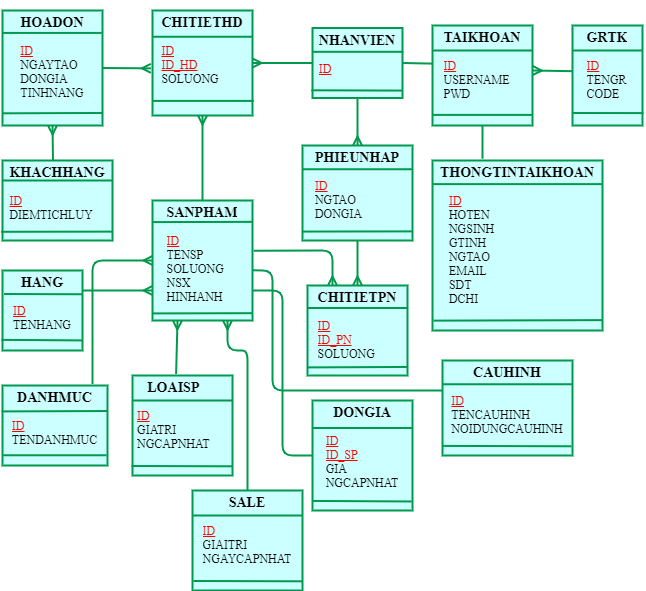
QlyBanHangDT/qlyBanHang keeps this draw.io diagram as erd.drawio.png. Above is the earlier version. Source tidied: cells renumbered, new cells last; positions are measured from the earlier drawing's top-left corner, leaving out a move shared by most shapes.
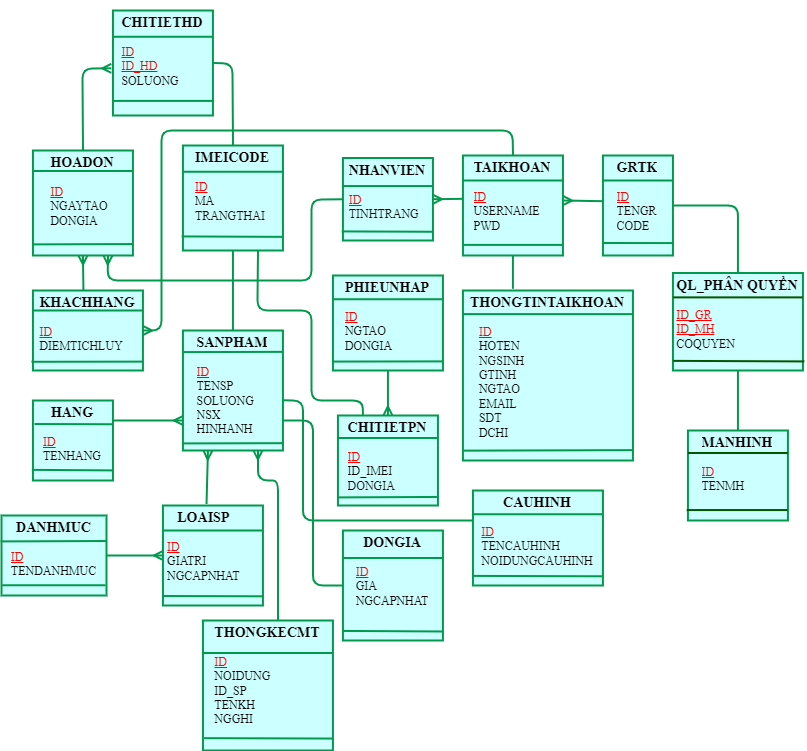
Later version of the same file.

Change to the diagram source:
```diff
@@ -25,4 +25,4 @@
     </mxCell>
-    <mxCell id="9" value="&lt;h3&gt;&lt;font face=&quot;Times New Roman&quot; color=&quot;#000000&quot;&gt;HOADON&lt;br&gt;&lt;/font&gt;&lt;/h3&gt;&lt;div style=&quot;text-align: left&quot;&gt;&lt;font face=&quot;Times New Roman&quot; color=&quot;#ff0000&quot;&gt;&lt;u&gt;ID&lt;/u&gt;&lt;/font&gt;&lt;/div&gt;&lt;div style=&quot;text-align: left&quot;&gt;&lt;font face=&quot;Times New Roman&quot; color=&quot;#000000&quot;&gt;NGAYTAO&lt;/font&gt;&lt;/div&gt;&lt;div style=&quot;text-align: left&quot;&gt;&lt;font face=&quot;Times New Roman&quot; color=&quot;#000000&quot;&gt;DONGIA&amp;nbsp;&lt;/font&gt;&lt;/div&gt;&lt;div style=&quot;text-align: left&quot;&gt;&lt;font face=&quot;Times New Roman&quot; color=&quot;#000000&quot;&gt;TINHNANG&lt;/font&gt;&lt;/div&gt;&lt;div style=&quot;text-align: left&quot;&gt;&lt;br&gt;&lt;/div&gt;" style="text;html=1;spacing=5;spacingTop=-20;whiteSpace=wrap;overflow=hidden;rounded=0;shadow=0;align=center;fillColor=#CCFFFF;strokeWidth=2;strokeColor=#00994D;" parent="1" vertex="1">
-      <mxGeometry width="100" height="115" as="geometry" />
+    <mxCell id="9" value="&lt;h3&gt;&lt;font face=&quot;Times New Roman&quot; color=&quot;#000000&quot;&gt;HOADON&lt;br&gt;&lt;/font&gt;&lt;/h3&gt;&lt;div style=&quot;text-align: left&quot;&gt;&lt;font face=&quot;Times New Roman&quot; color=&quot;#ff0000&quot;&gt;&lt;u&gt;ID&lt;/u&gt;&lt;/font&gt;&lt;/div&gt;&lt;div style=&quot;text-align: left&quot;&gt;&lt;font face=&quot;Times New Roman&quot; color=&quot;#000000&quot;&gt;NGAYTAO&lt;/font&gt;&lt;/div&gt;&lt;div style=&quot;text-align: left&quot;&gt;&lt;font face=&quot;Times New Roman&quot; color=&quot;#000000&quot;&gt;DONGIA&amp;nbsp;&lt;/font&gt;&lt;/div&gt;&lt;div style=&quot;text-align: left&quot;&gt;&lt;br&gt;&lt;/div&gt;" style="text;html=1;spacing=5;spacingTop=-20;whiteSpace=wrap;overflow=hidden;rounded=0;shadow=0;align=center;fillColor=#CCFFFF;strokeWidth=2;strokeColor=#00994D;" parent="1" vertex="1">
+      <mxGeometry y="10" width="100" height="105" as="geometry" />
     </mxCell>
@@ -35,3 +35,3 @@
     <mxCell id="12" value="&lt;h3&gt;&lt;font color=&quot;#000000&quot; face=&quot;Times New Roman&quot;&gt;CHITIETHD&lt;br&gt;&lt;/font&gt;&lt;/h3&gt;&lt;div style=&quot;text-align: left&quot;&gt;&lt;font face=&quot;Times New Roman&quot; color=&quot;#ff0000&quot;&gt;&lt;u&gt;ID&lt;/u&gt;&lt;/font&gt;&lt;/div&gt;&lt;div style=&quot;text-align: left&quot;&gt;&lt;font face=&quot;Times New Roman&quot; color=&quot;#ff0000&quot;&gt;&lt;u&gt;ID_HD&lt;/u&gt;&lt;/font&gt;&lt;/div&gt;&lt;div style=&quot;text-align: left&quot;&gt;&lt;font color=&quot;#000000&quot; face=&quot;Times New Roman&quot;&gt;SOLUONG&lt;/font&gt;&lt;/div&gt;" style="text;html=1;spacing=5;spacingTop=-20;whiteSpace=wrap;overflow=hidden;rounded=0;shadow=0;align=center;fillColor=#CCFFFF;strokeWidth=2;strokeColor=#00994D;" parent="1" vertex="1">
-      <mxGeometry x="150" width="100" height="105" as="geometry" />
+      <mxGeometry x="80" y="-130" width="100" height="105" as="geometry" />
     </mxCell>
@@ -43,7 +43,11 @@
     </mxCell>
-    <mxCell id="15" style="endArrow=ERmany;html=1;startSize=6;strokeWidth=2;exitX=1;exitY=0.5;exitDx=0;exitDy=0;entryX=-0.016;entryY=0.551;entryDx=0;entryDy=0;entryPerimeter=0;endFill=0;strokeColor=#00994D;" parent="1" edge="1" source="9" target="12">
-      <mxGeometry relative="1" as="geometry" />
+    <mxCell id="15" style="endArrow=ERmany;html=1;startSize=6;strokeWidth=2;exitX=0.5;exitY=0;exitDx=0;exitDy=0;entryX=-0.016;entryY=0.551;entryDx=0;entryDy=0;entryPerimeter=0;endFill=0;strokeColor=#00994D;" parent="1" edge="1" source="9" target="12">
+      <mxGeometry relative="1" as="geometry">
+        <Array as="points">
+          <mxPoint x="49.6" y="-72" />
+        </Array>
+      </mxGeometry>
     </mxCell>
-    <mxCell id="16" value="&lt;h3&gt;&lt;font color=&quot;#000000&quot; face=&quot;Times New Roman&quot;&gt;NHANVIEN&lt;br&gt;&lt;/font&gt;&lt;/h3&gt;&lt;div style=&quot;text-align: left&quot;&gt;&lt;font face=&quot;Times New Roman&quot; color=&quot;#ff0000&quot;&gt;&lt;u&gt;ID&lt;/u&gt;&lt;/font&gt;&lt;/div&gt;" style="text;html=1;spacing=5;spacingTop=-20;whiteSpace=wrap;overflow=hidden;rounded=0;shadow=0;align=center;fillColor=#CCFFFF;strokeWidth=2;strokeColor=#00994D;" parent="1" vertex="1">
-      <mxGeometry x="310" y="17.5" width="90" height="70" as="geometry" />
+    <mxCell id="16" value="&lt;h3&gt;&lt;font color=&quot;#000000&quot; face=&quot;Times New Roman&quot;&gt;NHANVIEN&lt;br&gt;&lt;/font&gt;&lt;/h3&gt;&lt;div style=&quot;text-align: left&quot;&gt;&lt;font face=&quot;Times New Roman&quot; color=&quot;#ff0000&quot;&gt;&lt;u&gt;ID&lt;/u&gt;&lt;/font&gt;&lt;/div&gt;&lt;div style=&quot;text-align: left&quot;&gt;&lt;font face=&quot;Times New Roman&quot; color=&quot;#000000&quot;&gt;TINHTRANG&lt;/font&gt;&lt;/div&gt;" style="text;html=1;spacing=5;spacingTop=-20;whiteSpace=wrap;overflow=hidden;rounded=0;shadow=0;align=center;fillColor=#CCFFFF;strokeWidth=2;strokeColor=#00994D;" parent="1" vertex="1">
+      <mxGeometry x="310" y="17.5" width="90" height="82.5" as="geometry" />
     </mxCell>
@@ -55,6 +59,3 @@
     </mxCell>
-    <mxCell id="19" style="endArrow=ERmany;html=1;startSize=6;strokeWidth=2;entryX=1;entryY=0.5;entryDx=0;entryDy=0;exitX=0;exitY=0.5;exitDx=0;exitDy=0;startArrow=none;startFill=0;endFill=0;strokeColor=#00994D;" parent="1" edge="1" source="16" target="12">
-      <mxGeometry relative="1" as="geometry" />
-    </mxCell>
-    <mxCell id="20" style="endArrow=none;html=1;startSize=6;strokeWidth=2;exitX=1;exitY=0.5;exitDx=0;exitDy=0;entryX=0;entryY=0.381;entryDx=0;entryDy=0;strokeColor=#00994D;entryPerimeter=0;" parent="1" edge="1" source="16" target="5">
+    <mxCell id="20" style="endArrow=none;html=1;startSize=6;strokeWidth=2;exitX=1;exitY=0.5;exitDx=0;exitDy=0;strokeColor=#00994D;entryX=0;entryY=0.433;entryDx=0;entryDy=0;entryPerimeter=0;startArrow=ERmany;startFill=0;" parent="1" edge="1" source="16" target="5">
       <mxGeometry relative="1" as="geometry" />
@@ -94,3 +95,3 @@
     </mxCell>
-    <mxCell id="32" value="&lt;h3&gt;&lt;font color=&quot;#000000&quot; face=&quot;Times New Roman&quot;&gt;CHITIETPN&lt;br&gt;&lt;/font&gt;&lt;/h3&gt;&lt;div style=&quot;text-align: left&quot;&gt;&lt;font face=&quot;Times New Roman&quot; color=&quot;#ff0000&quot;&gt;&lt;u&gt;ID&lt;/u&gt;&lt;/font&gt;&lt;/div&gt;&lt;div style=&quot;text-align: left&quot;&gt;&lt;font face=&quot;Times New Roman&quot; color=&quot;#ff0000&quot;&gt;&lt;u&gt;ID_PN&lt;/u&gt;&lt;/font&gt;&lt;/div&gt;&lt;div style=&quot;text-align: left&quot;&gt;&lt;font color=&quot;#000000&quot; face=&quot;Times New Roman&quot;&gt;SOLUONG&lt;/font&gt;&lt;/div&gt;" style="text;html=1;spacing=5;spacingTop=-20;whiteSpace=wrap;overflow=hidden;rounded=0;shadow=0;align=center;fillColor=#CCFFFF;strokeWidth=2;strokeColor=#00994D;" parent="1" vertex="1">
+    <mxCell id="32" value="&lt;h3&gt;&lt;font color=&quot;#000000&quot; face=&quot;Times New Roman&quot;&gt;CHITIETPN&lt;br&gt;&lt;/font&gt;&lt;/h3&gt;&lt;div style=&quot;text-align: left&quot;&gt;&lt;font face=&quot;Times New Roman&quot; color=&quot;#ff0000&quot;&gt;&lt;u&gt;ID&lt;/u&gt;&lt;/font&gt;&lt;/div&gt;&lt;div style=&quot;text-align: left&quot;&gt;&lt;font color=&quot;#000000&quot; face=&quot;Times New Roman&quot;&gt;ID_IMEI&lt;/font&gt;&lt;/div&gt;&lt;div style=&quot;text-align: left&quot;&gt;&lt;font color=&quot;#000000&quot; face=&quot;Times New Roman&quot;&gt;DONGIA&lt;/font&gt;&lt;/div&gt;" style="text;html=1;spacing=5;spacingTop=-20;whiteSpace=wrap;overflow=hidden;rounded=0;shadow=0;align=center;fillColor=#CCFFFF;strokeWidth=2;strokeColor=#00994D;" parent="1" vertex="1">
       <mxGeometry x="305" y="275" width="100" height="90" as="geometry" />
@@ -115,3 +116,3 @@
     </mxCell>
-    <mxCell id="39" value="&lt;h3&gt;&lt;font face=&quot;Times New Roman&quot; color=&quot;#000000&quot;&gt;DONGIA&lt;br&gt;&lt;/font&gt;&lt;/h3&gt;&lt;div style=&quot;text-align: left&quot;&gt;&lt;font face=&quot;Times New Roman&quot; color=&quot;#ff0000&quot;&gt;&lt;u&gt;ID&lt;/u&gt;&lt;/font&gt;&lt;/div&gt;&lt;div style=&quot;text-align: left&quot;&gt;&lt;font face=&quot;Times New Roman&quot; color=&quot;#ff0000&quot;&gt;&lt;u&gt;ID_SP&lt;/u&gt;&lt;/font&gt;&lt;/div&gt;&lt;div style=&quot;text-align: left&quot;&gt;&lt;font face=&quot;Times New Roman&quot; color=&quot;#000000&quot;&gt;GIA&lt;/font&gt;&lt;/div&gt;&lt;div style=&quot;text-align: left&quot;&gt;&lt;font face=&quot;Times New Roman&quot; color=&quot;#000000&quot;&gt;NGCAPNHAT&lt;/font&gt;&lt;/div&gt;&lt;div style=&quot;text-align: left&quot;&gt;&lt;br&gt;&lt;/div&gt;" style="text;html=1;spacing=5;spacingTop=-20;whiteSpace=wrap;overflow=hidden;rounded=0;shadow=0;align=center;strokeWidth=2;fillColor=#CCFFFF;strokeColor=#00994D;" parent="1" vertex="1">
+    <mxCell id="39" value="&lt;h3&gt;&lt;font face=&quot;Times New Roman&quot; color=&quot;#000000&quot;&gt;DONGIA&lt;br&gt;&lt;/font&gt;&lt;/h3&gt;&lt;div style=&quot;text-align: left&quot;&gt;&lt;font face=&quot;Times New Roman&quot; color=&quot;#ff0000&quot;&gt;&lt;u&gt;ID&lt;/u&gt;&lt;/font&gt;&lt;/div&gt;&lt;div style=&quot;text-align: left&quot;&gt;&lt;font face=&quot;Times New Roman&quot; color=&quot;#000000&quot;&gt;GIA&lt;/font&gt;&lt;/div&gt;&lt;div style=&quot;text-align: left&quot;&gt;&lt;font face=&quot;Times New Roman&quot; color=&quot;#000000&quot;&gt;NGCAPNHAT&lt;/font&gt;&lt;/div&gt;&lt;div style=&quot;text-align: left&quot;&gt;&lt;br&gt;&lt;/div&gt;" style="text;html=1;spacing=5;spacingTop=-20;whiteSpace=wrap;overflow=hidden;rounded=0;shadow=0;align=center;strokeWidth=2;fillColor=#CCFFFF;strokeColor=#00994D;" parent="1" vertex="1">
       <mxGeometry x="310" y="390" width="100" height="110" as="geometry" />
@@ -133,15 +134,5 @@
     </mxCell>
-    <mxCell id="45" value="&lt;h3&gt;&lt;font face=&quot;Times New Roman&quot; color=&quot;#000000&quot;&gt;SALE&lt;br&gt;&lt;/font&gt;&lt;/h3&gt;&lt;div style=&quot;text-align: left&quot;&gt;&lt;font face=&quot;Times New Roman&quot; color=&quot;#ff0000&quot;&gt;&lt;u&gt;ID&lt;/u&gt;&lt;/font&gt;&lt;/div&gt;&lt;div style=&quot;text-align: left&quot;&gt;&lt;font face=&quot;Times New Roman&quot; color=&quot;#000000&quot;&gt;GIAITRI&lt;/font&gt;&lt;/div&gt;&lt;div style=&quot;text-align: left&quot;&gt;&lt;span style=&quot;color: rgb(0 , 0 , 0) ; font-family: &amp;#34;times new roman&amp;#34;&quot;&gt;NGAYCAPNHAT&lt;/span&gt;&lt;br&gt;&lt;/div&gt;&lt;div&gt;&lt;font face=&quot;Times New Roman&quot; color=&quot;#000000&quot;&gt;&lt;br&gt;&lt;/font&gt;&lt;/div&gt;&lt;div&gt;&lt;br&gt;&lt;/div&gt;" style="text;html=1;spacing=5;spacingTop=-20;whiteSpace=wrap;overflow=hidden;rounded=0;shadow=0;strokeWidth=2;fillColor=#CCFFFF;align=center;strokeColor=#00994D;" parent="1" vertex="1">
-      <mxGeometry x="190" y="480" width="110" height="100" as="geometry" />
+    <mxCell id="45" value="&lt;h3&gt;&lt;font face=&quot;Times New Roman&quot; color=&quot;#000000&quot;&gt;THONGKECMT&lt;/font&gt;&lt;/h3&gt;&lt;div style=&quot;text-align: left&quot;&gt;&lt;font face=&quot;Times New Roman&quot; color=&quot;#ff0000&quot;&gt;&lt;u&gt;ID&lt;/u&gt;&lt;/font&gt;&lt;/div&gt;&lt;div style=&quot;text-align: left&quot;&gt;&lt;font color=&quot;#000000&quot; face=&quot;Times New Roman&quot;&gt;NOIDUNG&lt;/font&gt;&lt;/div&gt;&lt;div style=&quot;text-align: left&quot;&gt;&lt;font color=&quot;#000000&quot; face=&quot;Times New Roman&quot;&gt;ID_SP&lt;/font&gt;&lt;/div&gt;&lt;div style=&quot;text-align: left&quot;&gt;&lt;font color=&quot;#000000&quot; face=&quot;Times New Roman&quot;&gt;TENKH&lt;/font&gt;&lt;/div&gt;&lt;div style=&quot;text-align: left&quot;&gt;&lt;font color=&quot;#000000&quot; face=&quot;Times New Roman&quot;&gt;NGGHI&lt;/font&gt;&lt;/div&gt;&lt;div&gt;&lt;br&gt;&lt;/div&gt;" style="text;html=1;spacing=5;spacingTop=-20;whiteSpace=wrap;overflow=hidden;rounded=0;shadow=0;strokeWidth=2;fillColor=#CCFFFF;align=center;strokeColor=#00994D;" parent="1" vertex="1">
+      <mxGeometry x="170" y="480" width="130" height="130" as="geometry" />
     </mxCell>
-    <mxCell id="46" style="endArrow=none;html=1;exitX=0.5;exitY=1;exitDx=0;exitDy=0;entryX=0.5;entryY=0;entryDx=0;entryDy=0;strokeWidth=2;startArrow=ERmany;startFill=0;strokeColor=#00994D;" parent="1" edge="1" source="12" target="36">
-      <mxGeometry relative="1" as="geometry" />
-    </mxCell>
-    <mxCell id="47" style="endArrow=none;html=1;strokeWidth=2;exitX=0.25;exitY=0;exitDx=0;exitDy=0;entryX=1.012;entryY=0.419;entryDx=0;entryDy=0;startArrow=ERmany;startFill=0;strokeColor=#00994D;entryPerimeter=0;" parent="1" edge="1" source="32" target="36">
-      <mxGeometry relative="1" as="geometry">
-        <Array as="points">
-          <mxPoint x="330" y="240" />
-        </Array>
-      </mxGeometry>
-    </mxCell>
     <mxCell id="48" style="endArrow=none;html=1;strokeWidth=2;exitX=1;exitY=0.75;exitDx=0;exitDy=0;entryX=0;entryY=0.5;entryDx=0;entryDy=0;strokeColor=#00994D;" parent="1" edge="1" source="36" target="39">
@@ -163,3 +154,3 @@
     </mxCell>
-    <mxCell id="52" style="endArrow=none;html=1;strokeWidth=2;exitX=0.75;exitY=1;exitDx=0;exitDy=0;entryX=0.5;entryY=0;entryDx=0;entryDy=0;startArrow=ERmany;startFill=0;strokeColor=#00994D;" parent="1" edge="1" source="36" target="45">
+    <mxCell id="52" style="endArrow=none;html=1;strokeWidth=2;exitX=0.75;exitY=1;exitDx=0;exitDy=0;entryX=0.577;entryY=-0.004;entryDx=0;entryDy=0;startArrow=ERmany;startFill=0;strokeColor=#00994D;entryPerimeter=0;" parent="1" edge="1" source="36" target="45">
       <mxGeometry relative="1" as="geometry">
@@ -172,3 +163,3 @@
     <mxCell id="53" value="&lt;h3&gt;&lt;font face=&quot;Times New Roman&quot; color=&quot;#000000&quot;&gt;DANHMUC&lt;br&gt;&lt;/font&gt;&lt;/h3&gt;&lt;div style=&quot;text-align: left&quot;&gt;&lt;font face=&quot;Times New Roman&quot; color=&quot;#ff0000&quot;&gt;&lt;u&gt;ID&lt;/u&gt;&lt;/font&gt;&lt;/div&gt;&lt;div style=&quot;text-align: left&quot;&gt;&lt;font face=&quot;Times New Roman&quot; color=&quot;#000000&quot;&gt;TENDANHMUC&lt;/font&gt;&lt;/div&gt;" style="text;html=1;spacing=5;spacingTop=-20;whiteSpace=wrap;overflow=hidden;rounded=0;align=center;fillColor=#CCFFFF;strokeWidth=2;strokeColor=#00994D;" parent="1" vertex="1">
-      <mxGeometry y="375" width="105" height="80" as="geometry" />
+      <mxGeometry x="-31.4" y="375" width="105" height="80" as="geometry" />
     </mxCell>
@@ -201,11 +192,2 @@
     </mxCell>
-    <mxCell id="63" style="endArrow=none;html=1;strokeWidth=2;exitX=0;exitY=0.5;exitDx=0;exitDy=0;entryX=0.857;entryY=-0.018;entryDx=0;entryDy=0;startArrow=ERmany;startFill=0;strokeColor=#00994D;entryPerimeter=0;" parent="1" edge="1" source="36" target="53">
-      <mxGeometry relative="1" as="geometry">
-        <Array as="points">
-          <mxPoint x="90" y="250" />
-          <mxPoint x="90" y="330" />
-          <mxPoint x="90" y="360" />
-        </Array>
-      </mxGeometry>
-    </mxCell>
     <mxCell id="64" style="endArrow=none;html=1;strokeWidth=2;exitX=1.004;exitY=0.582;exitDx=0;exitDy=0;entryX=0;entryY=0.315;entryDx=0;entryDy=0;strokeColor=#00994D;exitPerimeter=0;entryPerimeter=0;" parent="1" edge="1" source="36" target="57">
@@ -218,5 +200,80 @@
     </mxCell>
-    <mxCell id="65" style="endArrow=none;html=1;strokeWidth=2;exitX=0.5;exitY=0;exitDx=0;exitDy=0;entryX=0.5;entryY=1;entryDx=0;entryDy=0;endFill=0;startArrow=ERmany;startFill=0;strokeColor=#00994D;" parent="1" edge="1" source="29" target="16">
-      <mxGeometry relative="1" as="geometry" />
-    </mxCell>
+    <mxCell id="66" value="&lt;h3&gt;&lt;font color=&quot;#000000&quot; face=&quot;Times New Roman&quot;&gt;QL_PHÂN QUYỀN&lt;/font&gt;&lt;/h3&gt;&lt;div style=&quot;text-align: left&quot;&gt;&lt;u&gt;&lt;font color=&quot;#ff0000&quot; face=&quot;Times New Roman&quot;&gt;ID_GR&lt;/font&gt;&lt;/u&gt;&lt;/div&gt;&lt;div style=&quot;text-align: left&quot;&gt;&lt;u&gt;&lt;font color=&quot;#ff0000&quot; face=&quot;Times New Roman&quot;&gt;ID_MH&lt;/font&gt;&lt;/u&gt;&lt;/div&gt;&lt;div style=&quot;text-align: left&quot;&gt;&lt;font color=&quot;#000000&quot; face=&quot;Times New Roman&quot;&gt;COQUYEN&lt;/font&gt;&lt;/div&gt;" style="text;html=1;spacing=5;spacingTop=-20;whiteSpace=wrap;overflow=hidden;rounded=0;shadow=0;fillColor=#CCFFFF;align=center;strokeWidth=2;strokeColor=#00994D;" parent="1" vertex="1">
+      <mxGeometry x="640" y="132.5" width="130" height="97.5" as="geometry" />
+    </mxCell>
+    <mxCell id="67" style="endArrow=none;html=1;exitX=0;exitY=0.25;exitDx=0;exitDy=0;entryX=1;entryY=0.25;entryDx=0;entryDy=0;fillColor=#008a00;strokeColor=#005700;strokeWidth=2;" parent="1" edge="1" source="66" target="66">
+      <mxGeometry relative="1" as="geometry" />
+    </mxCell>
+    <mxCell id="68" style="endArrow=none;html=1;strokeWidth=2;entryX=1.011;entryY=0.907;entryDx=0;entryDy=0;entryPerimeter=0;fillColor=#008a00;strokeColor=#005700;exitX=0;exitY=0.901;exitDx=0;exitDy=0;exitPerimeter=0;" parent="1" edge="1" source="66" target="66">
+      <mxGeometry relative="1" as="geometry" />
+    </mxCell>
+    <mxCell id="69" value="&lt;h3&gt;&lt;font color=&quot;#000000&quot; face=&quot;Times New Roman&quot;&gt;MANHINH&lt;/font&gt;&lt;/h3&gt;&lt;div style=&quot;text-align: left&quot;&gt;&lt;u&gt;&lt;font color=&quot;#ff0000&quot; face=&quot;Times New Roman&quot;&gt;ID&lt;/font&gt;&lt;/u&gt;&lt;/div&gt;&lt;div style=&quot;text-align: left&quot;&gt;&lt;font color=&quot;#000000&quot; face=&quot;Times New Roman&quot;&gt;TENMH&lt;/font&gt;&lt;/div&gt;&lt;div style=&quot;text-align: left&quot;&gt;&lt;br&gt;&lt;/div&gt;" style="text;html=1;spacing=5;spacingTop=-20;whiteSpace=wrap;overflow=hidden;rounded=0;shadow=0;align=center;fillColor=#CCFFFF;strokeWidth=2;strokeColor=#00994D;" parent="1" vertex="1">
+      <mxGeometry x="655" y="290" width="100" height="90" as="geometry" />
+    </mxCell>
+    <mxCell id="70" style="endArrow=none;html=1;strokeWidth=2;exitX=0;exitY=0.25;exitDx=0;exitDy=0;entryX=1;entryY=0.25;entryDx=0;entryDy=0;fillColor=#008a00;strokeColor=#005700;" parent="1" edge="1" source="69" target="69">
+      <mxGeometry relative="1" as="geometry" />
+    </mxCell>
+    <mxCell id="71" style="endArrow=none;html=1;strokeWidth=2;exitX=-0.012;exitY=0.884;exitDx=0;exitDy=0;exitPerimeter=0;entryX=0.996;entryY=0.884;entryDx=0;entryDy=0;entryPerimeter=0;fillColor=#008a00;strokeColor=#005700;" parent="1" edge="1" source="69" target="69">
+      <mxGeometry relative="1" as="geometry" />
+    </mxCell>
+    <mxCell id="72" style="endArrow=none;html=1;strokeWidth=2;exitX=1;exitY=0.5;exitDx=0;exitDy=0;entryX=0.5;entryY=0;entryDx=0;entryDy=0;fillColor=#008a00;strokeColor=#00994D;" parent="1" edge="1" source="2" target="66">
+      <mxGeometry relative="1" as="geometry">
+        <Array as="points">
+          <mxPoint x="705" y="65" />
+        </Array>
+      </mxGeometry>
+    </mxCell>
+    <mxCell id="73" style="endArrow=none;html=1;strokeColor=#00994D;strokeWidth=2;entryX=0.5;entryY=1;entryDx=0;entryDy=0;exitX=0.5;exitY=0;exitDx=0;exitDy=0;" parent="1" edge="1" source="69" target="66">
+      <mxGeometry relative="1" as="geometry" />
+    </mxCell>
+    <mxCell id="74" value="&lt;h3&gt;&lt;font color=&quot;#000000&quot; face=&quot;Times New Roman&quot;&gt;IMEICODE&lt;/font&gt;&lt;/h3&gt;&lt;div style=&quot;text-align: left&quot;&gt;&lt;font face=&quot;Times New Roman&quot; color=&quot;#ff0000&quot;&gt;&lt;u&gt;ID&lt;/u&gt;&lt;/font&gt;&lt;/div&gt;&lt;div style=&quot;text-align: left&quot;&gt;&lt;font face=&quot;Times New Roman&quot; color=&quot;#000000&quot;&gt;MA&lt;/font&gt;&lt;/div&gt;&lt;div style=&quot;text-align: left&quot;&gt;&lt;font color=&quot;#000000&quot; face=&quot;Times New Roman&quot;&gt;TRANGTHAI&lt;/font&gt;&lt;/div&gt;" style="text;html=1;spacing=5;spacingTop=-20;whiteSpace=wrap;overflow=hidden;rounded=0;shadow=0;align=center;fillColor=#CCFFFF;strokeWidth=2;strokeColor=#00994D;" parent="1" vertex="1">
+      <mxGeometry x="150" y="5" width="100" height="105" as="geometry" />
+    </mxCell>
+    <mxCell id="75" style="endArrow=none;html=1;fontColor=#000000;strokeColor=#00994D;strokeWidth=2;entryX=0;entryY=0.5;entryDx=0;entryDy=0;exitX=0.75;exitY=1;exitDx=0;exitDy=0;startArrow=ERmany;startFill=0;" parent="1" edge="1" source="9" target="16">
+      <mxGeometry relative="1" as="geometry">
+        <Array as="points">
+          <mxPoint x="74.6" y="140" />
+          <mxPoint x="278.6" y="140" />
+          <mxPoint x="278.6" y="59" />
+        </Array>
+      </mxGeometry>
+    </mxCell>
+    <mxCell id="76" style="endArrow=none;html=1;fontColor=#000000;strokeColor=#00994D;strokeWidth=2;entryX=0.5;entryY=0;entryDx=0;entryDy=0;exitX=1;exitY=0.5;exitDx=0;exitDy=0;" parent="1" edge="1" source="12" target="74">
+      <mxGeometry relative="1" as="geometry">
+        <Array as="points">
+          <mxPoint x="199.6" y="-77" />
+        </Array>
+      </mxGeometry>
+    </mxCell>
+    <mxCell id="77" style="endArrow=none;html=1;fontColor=#000000;strokeColor=#00994D;strokeWidth=2;exitX=0.75;exitY=1;exitDx=0;exitDy=0;entryX=0.25;entryY=0;entryDx=0;entryDy=0;" parent="1" edge="1" source="74" target="32">
+      <mxGeometry relative="1" as="geometry">
+        <Array as="points">
+          <mxPoint x="224.6" y="170" />
+          <mxPoint x="278.6" y="170" />
+          <mxPoint x="278.6" y="260" />
+          <mxPoint x="329.6" y="260" />
+        </Array>
+      </mxGeometry>
+    </mxCell>
+    <mxCell id="78" style="endArrow=none;html=1;fontColor=#000000;strokeColor=#00994D;strokeWidth=2;exitX=0.5;exitY=1;exitDx=0;exitDy=0;entryX=0.5;entryY=0;entryDx=0;entryDy=0;" parent="1" edge="1" source="74" target="36">
+      <mxGeometry relative="1" as="geometry" />
+    </mxCell>
+    <mxCell id="79" style="endArrow=none;html=1;fontColor=#000000;strokeColor=#00994D;strokeWidth=2;exitX=0;exitY=0.25;exitDx=0;exitDy=0;entryX=1;entryY=0.25;entryDx=0;entryDy=0;" parent="1" edge="1" source="74" target="74">
+      <mxGeometry relative="1" as="geometry" />
+    </mxCell>
+    <mxCell id="80" style="endArrow=none;html=1;fontColor=#000000;strokeColor=#00994D;strokeWidth=2;exitX=-0.012;exitY=0.866;exitDx=0;exitDy=0;exitPerimeter=0;entryX=0.996;entryY=0.87;entryDx=0;entryDy=0;entryPerimeter=0;" parent="1" edge="1" source="74" target="74">
+      <mxGeometry relative="1" as="geometry" />
+    </mxCell>
+    <mxCell id="81" style="endArrow=ERmany;html=1;fontColor=#000000;strokeColor=#00994D;strokeWidth=2;exitX=1;exitY=0.5;exitDx=0;exitDy=0;entryX=0;entryY=0.5;entryDx=0;entryDy=0;endFill=0;" parent="1" edge="1" source="53" target="56">
+      <mxGeometry relative="1" as="geometry" />
+    </mxCell>
+    <mxCell id="82" style="endArrow=ERmany;html=1;fontColor=#000000;strokeColor=#00994D;strokeWidth=2;exitX=0.5;exitY=0;exitDx=0;exitDy=0;entryX=1;entryY=0.5;entryDx=0;entryDy=0;startArrow=none;startFill=0;endFill=0;" parent="1" edge="1" source="5" target="25">
+      <mxGeometry relative="1" as="geometry">
+        <Array as="points">
+          <mxPoint x="479.6" y="-10" />
+          <mxPoint x="128.6" y="-10" />
+          <mxPoint x="128.6" y="190" />
+        </Array>
+      </mxGeometry>
+    </mxCell>
   </root>
```
